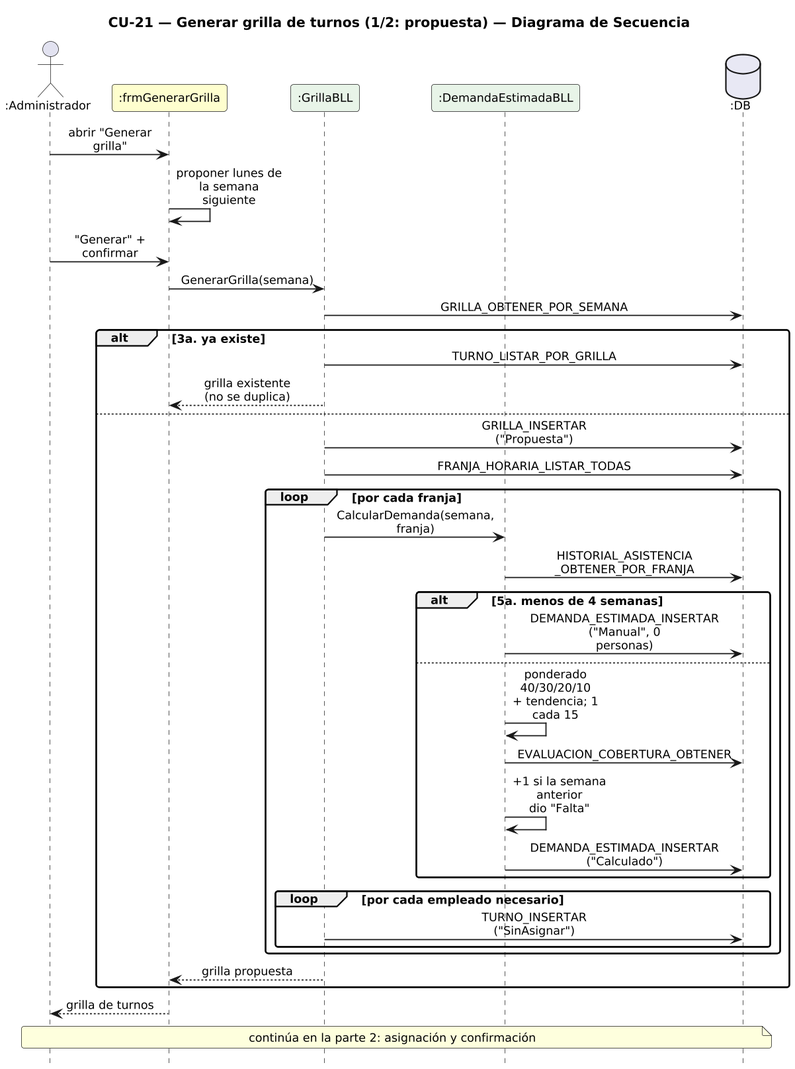
Earlier version of the PlantUML export DIAGRAMAS/DiagramaSecuencia_CU21_GenerarGrilla.png (Urrels/ingenieria_software).
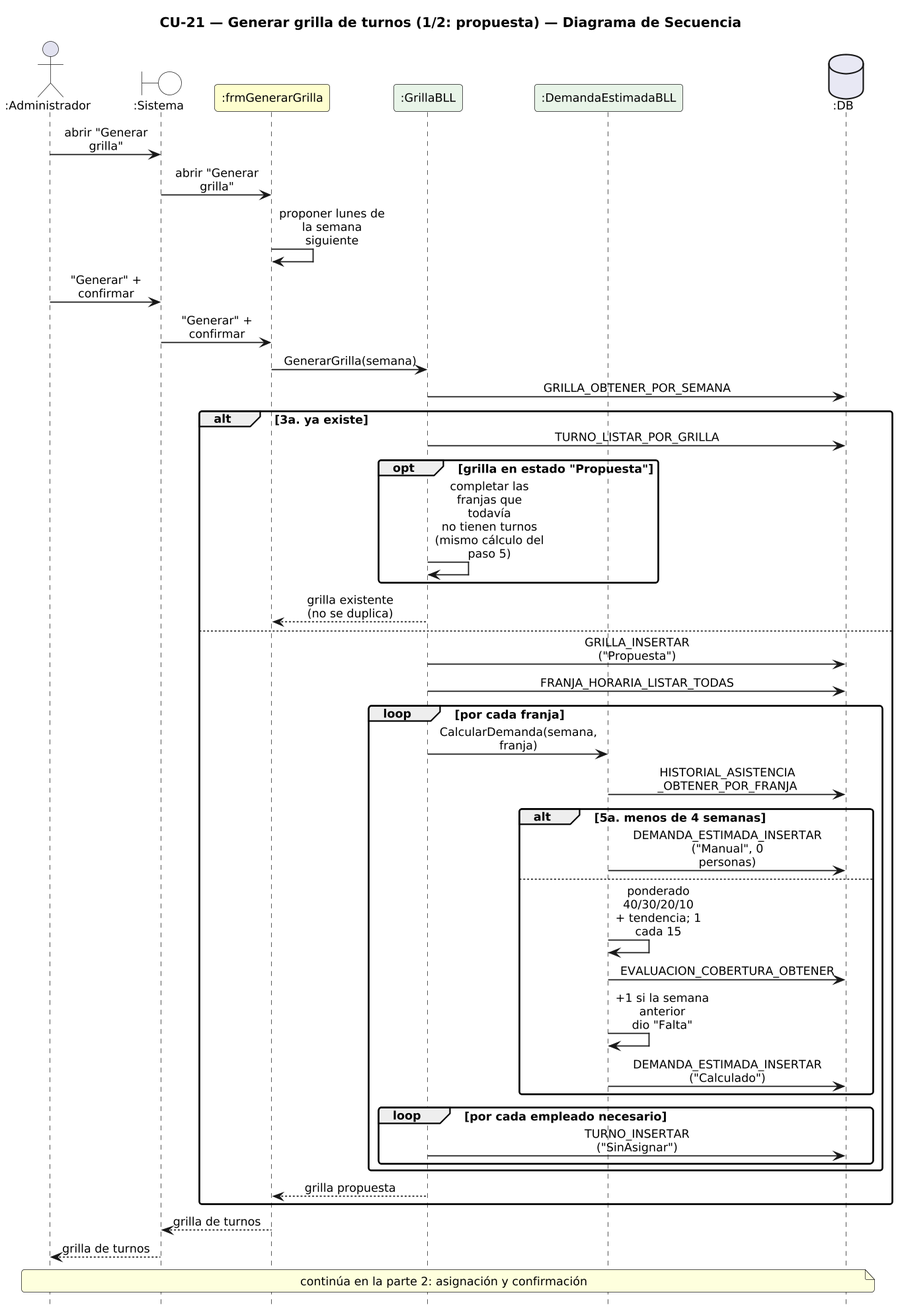
The same diagram one commit later.

Change to the diagram source:
```diff
@@ -14,18 +14,24 @@
 hide footbox
 
 actor ":Administrador" as A
+boundary ":Sistema" as SYS #FFFFFF
 participant ":frmGenerarGrilla" as F #FEFECE
 participant ":GrillaBLL" as G #E8F4E8
 participant ":DemandaEstimadaBLL" as D #E8F4E8
 database ":DB" as DB #E8E8F4
 
-A -> F : abrir "Generar grilla"
+A -> SYS : abrir "Generar grilla"
+SYS -> F : abrir "Generar grilla"
 F -> F : proponer lunes de\nla semana siguiente
-A -> F : "Generar" + confirmar
+A -> SYS : "Generar" + confirmar
+SYS -> F : "Generar" + confirmar
 F -> G : GenerarGrilla(semana)
 G -> DB : GRILLA_OBTENER_POR_SEMANA
 alt 3a. ya existe
   G -> DB : TURNO_LISTAR_POR_GRILLA
+  opt grilla en estado "Propuesta"
+    G -> G : completar las franjas que todavía\nno tienen turnos (mismo cálculo del paso 5)
+  end
   G --> F : grilla existente\n(no se duplica)
 else
   G -> DB : GRILLA_INSERTAR\n("Propuesta")
@@ -47,7 +53,8 @@
   end
   G --> F : grilla propuesta
 end
-F --> A : grilla de turnos
+F --> SYS : grilla de turnos
+SYS --> A : grilla de turnos
 note over A, DB : continúa en la parte 2: asignación y confirmación
 
 @enduml
```
